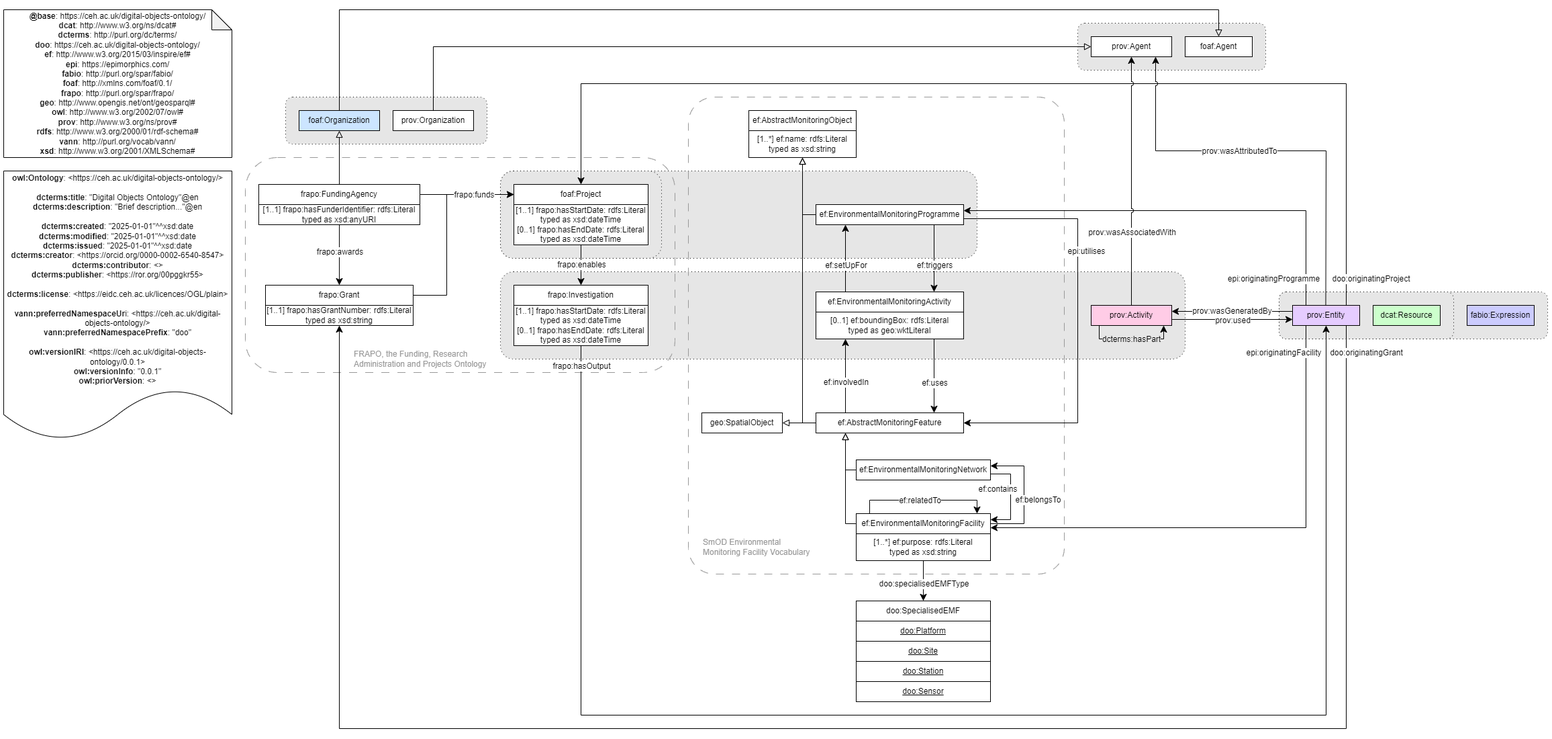
Above: ontology/digital_objects_ontology.png in NERC-CEH/digital-objects-ontology (draw.io), before the change. Source tidied: cells renumbered, new cells last; positions are measured from the earlier drawing's top-left corner, leaving out a move shared by most shapes.
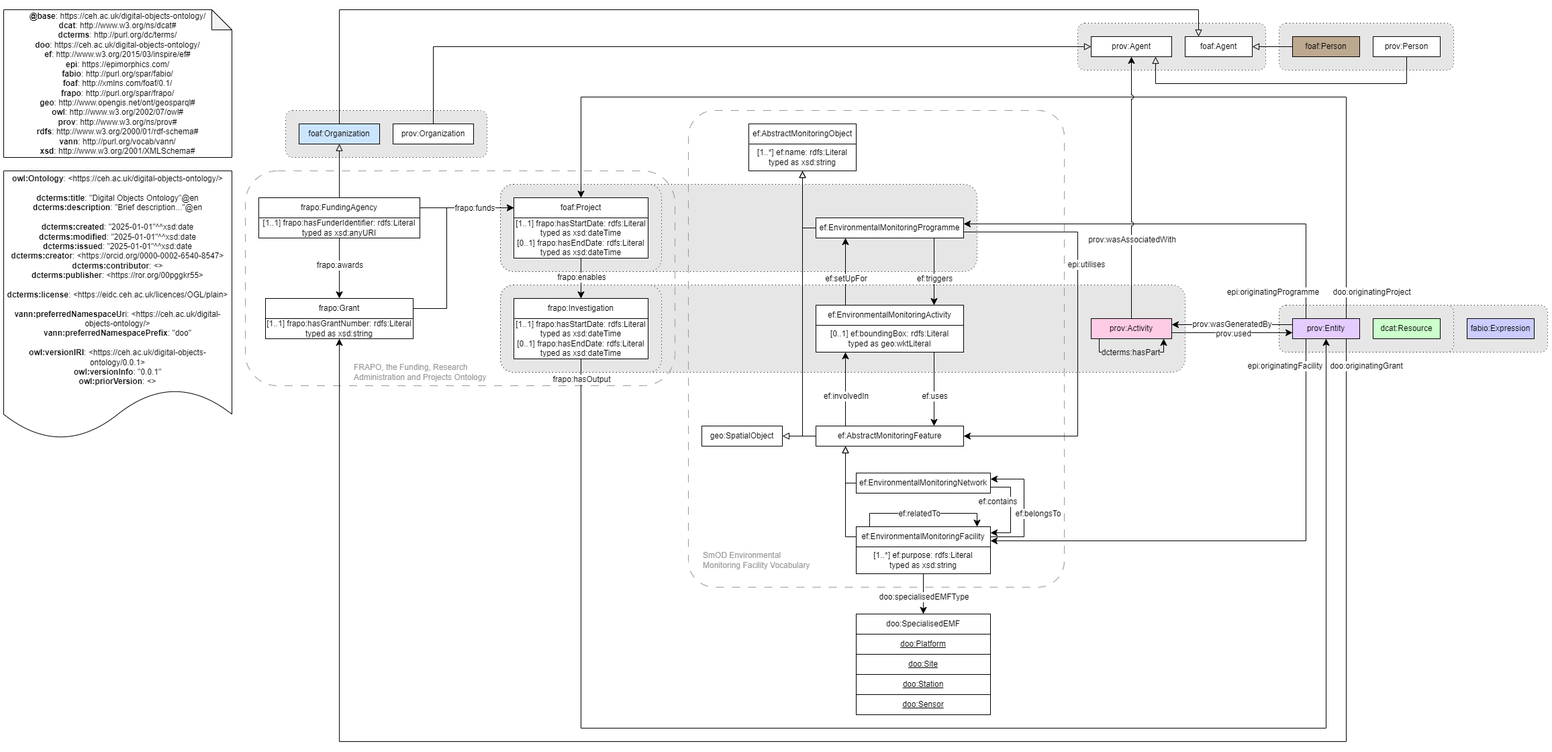
The same file after the commit.

Commit message:
added foaf:Person/prov:Person and removed prov:wasAttributedTo

Diff of the diagram source:
```diff
@@ -17,6 +17,9 @@
     <mxCell id="6" style="rounded=1;whiteSpace=wrap;html=1;fillColor=#E6E6E6;dashed=1;dashPattern=1 4;" parent="1" vertex="1">
       <mxGeometry x="740" y="240" width="710" height="130" as="geometry" />
     </mxCell>
+    <mxCell id="103" style="rounded=1;whiteSpace=wrap;html=1;fillColor=#E6E6E6;dashed=1;dashPattern=1 4;" parent="1" vertex="1">
+      <mxGeometry x="740" y="390" width="240" height="130" as="geometry" />
+    </mxCell>
     <mxCell id="7" style="rounded=1;whiteSpace=wrap;html=1;fillColor=#E6E6E6;dashed=1;dashPattern=1 4;" parent="1" vertex="1">
       <mxGeometry x="740" y="240" width="240" height="130" as="geometry" />
     </mxCell>
@@ -35,7 +38,7 @@
       <mxGeometry x="1900" y="420" width="260" height="70" as="geometry" />
     </mxCell>
     <mxCell id="11" style="rounded=1;whiteSpace=wrap;html=1;fillColor=#E6E6E6;dashed=1;dashPattern=1 4;" parent="1" vertex="1">
-      <mxGeometry x="1600" y="20" width="280" height="70" as="geometry" />
+      <mxGeometry x="1600" width="280" height="70" as="geometry" />
     </mxCell>
     <mxCell id="12" style="rounded=1;whiteSpace=wrap;html=1;fillColor=none;dashed=1;dashPattern=12 12;strokeColor=#999999;arcSize=7;" parent="1" vertex="1">
       <mxGeometry x="1020" y="130" width="560" height="710" as="geometry" />
@@ -208,7 +211,7 @@
       <mxGeometry x="1040" y="600" width="120" height="30" as="geometry" />
     </mxCell>
     <mxCell id="51" value="prov:Agent" style="rounded=0;whiteSpace=wrap;html=1;snapToPoint=1;points=[[0.1,0],[0.2,0],[0.3,0],[0.4,0],[0.5,0],[0.6,0],[0.7,0],[0.8,0],[0.9,0],[0,0.1],[0,0.3],[0,0.5],[0,0.7],[0,0.9],[0.1,1],[0.2,1],[0.3,1],[0.4,1],[0.5,1],[0.6,1],[0.7,1],[0.8,1],[0.9,1],[1,0.1],[1,0.3],[1,0.5],[1,0.7],[1,0.9]];" parent="1" vertex="1">
-      <mxGeometry x="1620" y="40" width="120" height="30" as="geometry" />
+      <mxGeometry x="1620" y="20" width="120" height="30" as="geometry" />
     </mxCell>
     <mxCell id="52" style="endArrow=classic;html=1;exitX=1;exitY=0.7;exitDx=0;exitDy=0;entryX=0;entryY=0.7;entryDx=0;entryDy=0;endSize=8;arcSize=0;rounded=0;" parent="1" edge="1" source="17" target="70">
       <mxGeometry relative="1" as="geometry" />
@@ -228,7 +231,7 @@
       <mxGeometry x="1040" y="780" width="180" height="40" as="geometry" />
     </mxCell>
     <mxCell id="57" value="foaf:Agent" style="rounded=0;whiteSpace=wrap;html=1;snapToPoint=1;points=[[0.1,0],[0.2,0],[0.3,0],[0.4,0],[0.5,0],[0.6,0],[0.7,0],[0.8,0],[0.9,0],[0,0.1],[0,0.3],[0,0.5],[0,0.7],[0,0.9],[0.1,1],[0.2,1],[0.3,1],[0.4,1],[0.5,1],[0.6,1],[0.7,1],[0.8,1],[0.9,1],[1,0.1],[1,0.3],[1,0.5],[1,0.7],[1,0.9]];" parent="1" vertex="1">
-      <mxGeometry x="1760" y="40" width="100" height="30" as="geometry" />
+      <mxGeometry x="1760" y="20" width="100" height="30" as="geometry" />
     </mxCell>
     <mxCell id="58" style="endArrow=classic;html=1;endSize=8;arcSize=0;rounded=0;entryX=1;entryY=0.5;entryDx=0;entryDy=0;exitX=1;exitY=0.7;exitDx=0;exitDy=0;" parent="1" edge="1" source="26" target="21">
       <mxGeometry relative="1" as="geometry">
@@ -296,7 +299,7 @@
       <mxGeometry x="1920" y="440" width="100" height="30" as="geometry" />
     </mxCell>
     <mxCell id="71" value="&lt;div&gt;&lt;b&gt;@base&lt;/b&gt;: https://ceh.ac.uk/digital-objects-ontology/&lt;/div&gt;&lt;div&gt;&lt;b&gt;dcat&lt;/b&gt;:&amp;nbsp;http://www.w3.org/ns/dcat#&lt;br&gt;&lt;/div&gt;&lt;div&gt;&lt;div&gt;&lt;b style=&quot;background-color: transparent; color: light-dark(rgb(0, 0, 0), rgb(255, 255, 255));&quot;&gt;dcterms&lt;/b&gt;&lt;span style=&quot;background-color: transparent; color: light-dark(rgb(0, 0, 0), rgb(255, 255, 255));&quot;&gt;:&amp;nbsp;&lt;/span&gt;&lt;span style=&quot;background-color: transparent;&quot;&gt;http://purl.org/dc/terms/&lt;/span&gt;&lt;/div&gt;&lt;/div&gt;&lt;div&gt;&lt;b style=&quot;background-color: transparent; color: light-dark(rgb(0, 0, 0), rgb(255, 255, 255));&quot;&gt;doo&lt;/b&gt;&lt;span style=&quot;background-color: transparent; color: light-dark(rgb(0, 0, 0), rgb(255, 255, 255));&quot;&gt;:&amp;nbsp;&lt;/span&gt;&lt;span style=&quot;background-color: transparent; color: light-dark(rgb(0, 0, 0), rgb(255, 255, 255));&quot;&gt;https://ceh.ac.uk/digital-objects-ontology/&lt;/span&gt;&lt;/div&gt;&lt;div&gt;&lt;b style=&quot;background-color: transparent; color: light-dark(rgb(0, 0, 0), rgb(255, 255, 255));&quot;&gt;ef&lt;/b&gt;&lt;span style=&quot;background-color: transparent; color: light-dark(rgb(0, 0, 0), rgb(255, 255, 255));&quot;&gt;:&amp;nbsp;http://www.w3.org/2015/03/inspire/ef#&lt;/span&gt;&lt;br&gt;&lt;/div&gt;&lt;div&gt;&lt;b&gt;epi&lt;/b&gt;:&amp;nbsp;&lt;span style=&quot;background-color: transparent; color: light-dark(rgb(0, 0, 0), rgb(255, 255, 255));&quot;&gt;https://&lt;/span&gt;&lt;span style=&quot;background-color: transparent; color: light-dark(rgb(0, 0, 0), rgb(255, 255, 255));&quot;&gt;epimorphics.com/&lt;/span&gt;&lt;/div&gt;&lt;div&gt;&lt;b&gt;fabio&lt;/b&gt;:&amp;nbsp;&lt;span style=&quot;background-color: transparent;&quot;&gt;http://purl.org/spar/fabio/&lt;/span&gt;&lt;/div&gt;&lt;div&gt;&lt;span style=&quot;background-color: transparent;&quot;&gt;&lt;b&gt;foaf&lt;/b&gt;:&amp;nbsp;&lt;/span&gt;&lt;span style=&quot;background-color: transparent;&quot;&gt;http://xmlns.com/foaf/0.1/&lt;/span&gt;&lt;/div&gt;&lt;div&gt;&lt;span style=&quot;background-color: transparent;&quot;&gt;&lt;b&gt;frapo&lt;/b&gt;:&amp;nbsp;&lt;/span&gt;&lt;span style=&quot;background-color: transparent; color: light-dark(rgb(0, 0, 0), rgb(255, 255, 255));&quot;&gt;http://purl.org/spar/frapo/&lt;/span&gt;&lt;/div&gt;&lt;div&gt;&lt;span style=&quot;background-color: transparent;&quot;&gt;&lt;b&gt;geo&lt;/b&gt;:&amp;nbsp;&lt;/span&gt;&lt;span style=&quot;background-color: transparent;&quot;&gt;http://www.opengis.net/ont/geosparql#&lt;/span&gt;&lt;/div&gt;&lt;div&gt;&lt;b style=&quot;background-color: transparent; color: light-dark(rgb(0, 0, 0), rgb(255, 255, 255));&quot;&gt;owl&lt;/b&gt;&lt;span style=&quot;background-color: transparent; color: light-dark(rgb(0, 0, 0), rgb(255, 255, 255));&quot;&gt;:&amp;nbsp;&lt;/span&gt;&lt;span style=&quot;background-color: transparent;&quot;&gt;http://www.w3.org/2002/07/owl#&lt;/span&gt;&lt;/div&gt;&lt;div&gt;&lt;b style=&quot;background-color: transparent; color: light-dark(rgb(0, 0, 0), rgb(255, 255, 255));&quot;&gt;prov&lt;/b&gt;&lt;span style=&quot;background-color: transparent; color: light-dark(rgb(0, 0, 0), rgb(255, 255, 255));&quot;&gt;:&lt;/span&gt;&lt;span style=&quot;background-color: transparent; color: light-dark(rgb(0, 0, 0), rgb(255, 255, 255));&quot;&gt;&amp;nbsp;http://www.w3.org/ns/prov#&lt;/span&gt;&lt;br&gt;&lt;/div&gt;&lt;div&gt;&lt;span style=&quot;background-color: transparent; color: light-dark(rgb(0, 0, 0), rgb(255, 255, 255));&quot;&gt;&lt;b&gt;rdfs&lt;/b&gt;:&amp;nbsp;&lt;/span&gt;&lt;span style=&quot;background-color: transparent;&quot;&gt;http://www.w3.org/2000/01/rdf-schema#&lt;/span&gt;&lt;/div&gt;&lt;div&gt;&lt;span style=&quot;background-color: transparent;&quot;&gt;&lt;b&gt;vann&lt;/b&gt;:&amp;nbsp;&lt;/span&gt;&lt;span style=&quot;background-color: transparent;&quot;&gt;http://purl.org/vocab/vann/&lt;/span&gt;&lt;/div&gt;&lt;div&gt;&lt;span style=&quot;background-color: transparent; color: light-dark(rgb(0, 0, 0), rgb(255, 255, 255));&quot;&gt;&lt;b&gt;xsd&lt;/b&gt;:&amp;nbsp;&lt;/span&gt;&lt;span style=&quot;background-color: transparent;&quot;&gt;http://www.w3.org/2001/XMLSchema#&lt;/span&gt;&lt;/div&gt;" style="shape=note;whiteSpace=wrap;html=1;backgroundOutline=1;darkOpacity=0.05;" parent="1" vertex="1">
-      <mxGeometry width="340" height="220" as="geometry" />
+      <mxGeometry y="-20" width="340" height="220" as="geometry" />
     </mxCell>
     <mxCell id="72" style="endArrow=classic;html=1;exitX=0.8;exitY=1;exitDx=0;exitDy=0;entryX=0.5;entryY=1;entryDx=0;entryDy=0;endSize=8;arcSize=0;rounded=0;" parent="1" edge="1" source="70" target="67">
       <mxGeometry relative="1" as="geometry">
@@ -340,7 +343,7 @@
       </mxGeometry>
     </mxCell>
     <mxCell id="81" value="&lt;div&gt;&lt;b style=&quot;border-color: var(--border-color);&quot;&gt;owl:Ontology&lt;/b&gt;: &amp;lt;&lt;span style=&quot;background-color: rgb(251, 251, 251); color: light-dark(rgb(0, 0, 0), rgb(237, 237, 237));&quot;&gt;https://&lt;/span&gt;&lt;span style=&quot;background-color: light-dark(rgb(255, 255, 255), rgb(18, 18, 18)); color: light-dark(rgb(0, 0, 0), rgb(237, 237, 237));&quot;&gt;ceh.ac.uk/digital-objects-ontology/&amp;gt;&lt;/span&gt;&lt;/div&gt;&lt;div&gt;&lt;b&gt;&lt;br&gt;&lt;/b&gt;&lt;/div&gt;&lt;div&gt;&lt;b&gt;dcterms:title&lt;/b&gt;: &quot;Digital Objects Ontology&quot;@en &lt;br&gt;&lt;b&gt;dc&lt;/b&gt;&lt;b style=&quot;color: light-dark(rgb(0, 0, 0), rgb(237, 237, 237));&quot;&gt;terms&lt;/b&gt;&lt;b style=&quot;background-color: light-dark(rgb(255, 255, 255), rgb(18, 18, 18)); color: light-dark(rgb(0, 0, 0), rgb(237, 237, 237));&quot;&gt;:description&lt;/b&gt;&lt;span style=&quot;background-color: light-dark(rgb(255, 255, 255), rgb(18, 18, 18)); color: light-dark(rgb(0, 0, 0), rgb(237, 237, 237));&quot;&gt;: &quot;Brief description...&quot;@en&lt;/span&gt;&lt;/div&gt;&lt;div&gt;&lt;br&gt;&lt;b&gt;dc&lt;/b&gt;&lt;b style=&quot;color: light-dark(rgb(0, 0, 0), rgb(237, 237, 237));&quot;&gt;terms&lt;/b&gt;&lt;b style=&quot;background-color: light-dark(rgb(255, 255, 255), rgb(18, 18, 18)); color: light-dark(rgb(0, 0, 0), rgb(237, 237, 237));&quot;&gt;:created&lt;/b&gt;&lt;span style=&quot;background-color: light-dark(rgb(255, 255, 255), rgb(18, 18, 18)); color: light-dark(rgb(0, 0, 0), rgb(237, 237, 237));&quot;&gt;: &quot;2025-01-01&quot;^^xsd:date&lt;/span&gt;&lt;/div&gt;&lt;div&gt;&lt;div&gt;&lt;b&gt;dc&lt;/b&gt;&lt;b style=&quot;color: light-dark(rgb(0, 0, 0), rgb(237, 237, 237));&quot;&gt;terms&lt;/b&gt;&lt;b style=&quot;background-color: light-dark(rgb(255, 255, 255), rgb(18, 18, 18)); color: light-dark(rgb(0, 0, 0), rgb(237, 237, 237));&quot;&gt;:modified&lt;/b&gt;&lt;span style=&quot;background-color: light-dark(rgb(255, 255, 255), rgb(18, 18, 18)); color: light-dark(rgb(0, 0, 0), rgb(237, 237, 237));&quot;&gt;: &quot;2025-01-01&quot;^^xsd:date&lt;/span&gt;&lt;/div&gt;&lt;/div&gt;&lt;div&gt;&lt;div&gt;&lt;b&gt;dc&lt;/b&gt;&lt;b style=&quot;color: light-dark(rgb(0, 0, 0), rgb(237, 237, 237));&quot;&gt;terms&lt;/b&gt;&lt;b style=&quot;background-color: light-dark(rgb(255, 255, 255), rgb(18, 18, 18)); color: light-dark(rgb(0, 0, 0), rgb(237, 237, 237));&quot;&gt;:issued&lt;/b&gt;&lt;span style=&quot;background-color: light-dark(rgb(255, 255, 255), rgb(18, 18, 18)); color: light-dark(rgb(0, 0, 0), rgb(237, 237, 237));&quot;&gt;: &quot;2025-01-01&quot;^^xsd:date&lt;/span&gt;&lt;/div&gt;&lt;/div&gt;&lt;div&gt;&lt;b style=&quot;background-color: light-dark(rgb(255, 255, 255), rgb(18, 18, 18)); color: light-dark(rgb(0, 0, 0), rgb(237, 237, 237));&quot;&gt;dc&lt;/b&gt;&lt;b style=&quot;background-color: light-dark(rgb(255, 255, 255), rgb(18, 18, 18)); color: light-dark(rgb(0, 0, 0), rgb(237, 237, 237));&quot;&gt;terms&lt;/b&gt;&lt;b style=&quot;color: light-dark(rgb(0, 0, 0), rgb(237, 237, 237)); background-color: light-dark(rgb(255, 255, 255), rgb(18, 18, 18));&quot;&gt;:creator&lt;/b&gt;&lt;span style=&quot;color: light-dark(rgb(0, 0, 0), rgb(237, 237, 237)); background-color: light-dark(rgb(255, 255, 255), rgb(18, 18, 18));&quot;&gt;: &amp;lt;ht&lt;/span&gt;&lt;span style=&quot;color: light-dark(rgb(0, 0, 0), rgb(237, 237, 237)); background-color: light-dark(rgb(255, 255, 255), rgb(18, 18, 18));&quot;&gt;&lt;font style=&quot;color: rgb(0, 0, 0);&quot;&gt;tps://orcid.org/0000-0002-6540-8547&amp;gt;&lt;/font&gt;&lt;/span&gt;&lt;br&gt;&lt;/div&gt;&lt;div&gt;&lt;b style=&quot;background-color: light-dark(rgb(255, 255, 255), rgb(18, 18, 18)); color: light-dark(rgb(0, 0, 0), rgb(237, 237, 237));&quot;&gt;dc&lt;/b&gt;&lt;b style=&quot;background-color: light-dark(rgb(255, 255, 255), rgb(18, 18, 18)); color: light-dark(rgb(0, 0, 0), rgb(237, 237, 237));&quot;&gt;terms&lt;/b&gt;&lt;b style=&quot;color: light-dark(rgb(0, 0, 0), rgb(237, 237, 237)); background-color: light-dark(rgb(255, 255, 255), rgb(18, 18, 18));&quot;&gt;:contributor&lt;/b&gt;&lt;span style=&quot;color: light-dark(rgb(0, 0, 0), rgb(237, 237, 237)); background-color: light-dark(rgb(255, 255, 255), rgb(18, 18, 18));&quot;&gt;: &amp;lt;&lt;/span&gt;&lt;span style=&quot;color: light-dark(rgb(0, 0, 0), rgb(237, 237, 237)); background-color: light-dark(rgb(255, 255, 255), rgb(18, 18, 18));&quot;&gt;&lt;font style=&quot;color: rgb(0, 0, 0);&quot;&gt;&amp;gt;&lt;/font&gt;&lt;/span&gt;&lt;br&gt;&lt;/div&gt;&lt;div&gt;&lt;font style=&quot;color: rgb(0, 0, 0);&quot;&gt;&lt;b&gt;dc&lt;/b&gt;&lt;b style=&quot;&quot;&gt;terms&lt;/b&gt;&lt;b style=&quot;background-color: light-dark(rgb(255, 255, 255), rgb(18, 18, 18));&quot;&gt;:publisher&lt;/b&gt;&lt;span style=&quot;background-color: light-dark(rgb(255, 255, 255), rgb(18, 18, 18));&quot;&gt;: &amp;lt;https://ror.org/00pggkr55&amp;gt;&lt;/span&gt;&lt;/font&gt;&lt;/div&gt;&lt;div&gt;&lt;br&gt;&lt;b&gt;dc&lt;/b&gt;&lt;b style=&quot;color: light-dark(rgb(0, 0, 0), rgb(237, 237, 237));&quot;&gt;terms&lt;/b&gt;&lt;b style=&quot;background-color: light-dark(rgb(255, 255, 255), rgb(18, 18, 18)); color: light-dark(rgb(0, 0, 0), rgb(237, 237, 237));&quot;&gt;:license&lt;/b&gt;&lt;span style=&quot;background-color: light-dark(rgb(255, 255, 255), rgb(18, 18, 18)); color: light-dark(rgb(0, 0, 0), rgb(237, 237, 237));&quot;&gt;: &amp;lt;https://eidc.ceh.ac.uk/licences/OGL/plain&amp;gt;&lt;/span&gt;&lt;/div&gt;&lt;div&gt;&lt;br&gt;&lt;/div&gt;&lt;div&gt;&lt;b&gt;vann:preferredNamespaceUr&lt;/b&gt;i: &amp;lt;&lt;span style=&quot;background-color: rgb(251, 251, 251); color: light-dark(rgb(0, 0, 0), rgb(237, 237, 237));&quot;&gt;https://&lt;/span&gt;&lt;span style=&quot;color: light-dark(rgb(0, 0, 0), rgb(237, 237, 237)); background-color: rgb(251, 251, 251);&quot;&gt;ceh.ac.uk/digital-objects-ontology/&lt;/span&gt;&lt;span style=&quot;background-color: light-dark(rgb(255, 255, 255), rgb(18, 18, 18)); color: light-dark(rgb(0, 0, 0), rgb(237, 237, 237));&quot;&gt;&amp;gt;&lt;/span&gt;&lt;/div&gt;&lt;div&gt;&lt;b&gt;vann:preferredNamespacePrefix&lt;/b&gt;: &quot;doo&quot; &lt;br&gt;&lt;br&gt;&lt;b&gt;owl:versionIRI&lt;/b&gt;: &amp;lt;&lt;span style=&quot;color: light-dark(rgb(0, 0, 0), rgb(237, 237, 237)); background-color: rgb(251, 251, 251);&quot;&gt;https://&lt;/span&gt;&lt;span style=&quot;color: light-dark(rgb(0, 0, 0), rgb(237, 237, 237)); background-color: light-dark(rgb(255, 255, 255), rgb(18, 18, 18));&quot;&gt;ceh.ac.uk/digital-objects-ontology/&lt;/span&gt;0.0.1&amp;gt;&lt;br&gt;&lt;b&gt;owl:versionInfo&lt;/b&gt;: &quot;0.0.1&quot;&lt;br&gt;&lt;b&gt;owl:priorVersion&lt;/b&gt;: &amp;lt;&amp;gt;&lt;br&gt;&lt;/div&gt;" style="shape=document;whiteSpace=wrap;html=1;boundedLbl=1;labelBackgroundColor=#ffffff;strokeColor=#000000;fontSize=12;fontColor=#000000;size=0.1875;" parent="1" vertex="1">
-      <mxGeometry y="240" width="340" height="400" as="geometry" />
+      <mxGeometry y="220" width="340" height="400" as="geometry" />
     </mxCell>
     <mxCell id="82" value="prov:Organization" style="rounded=0;whiteSpace=wrap;html=1;snapToPoint=1;points=[[0.1,0],[0.2,0],[0.3,0],[0.4,0],[0.5,0],[0.6,0],[0.7,0],[0.8,0],[0.9,0],[0,0.1],[0,0.3],[0,0.5],[0,0.7],[0,0.9],[0.1,1],[0.2,1],[0.3,1],[0.4,1],[0.5,1],[0.6,1],[0.7,1],[0.8,1],[0.9,1],[1,0.1],[1,0.3],[1,0.5],[1,0.7],[1,0.9]];" parent="1" vertex="1">
       <mxGeometry x="580" y="150" width="120" height="30" as="geometry" />
@@ -348,19 +351,10 @@
     <mxCell id="83" style="endArrow=block;html=1;fontColor=#000099;exitX=0.5;exitY=0;exitDx=0;exitDy=0;endFill=0;entryX=0;entryY=0.5;entryDx=0;entryDy=0;endSize=8;arcSize=0;rounded=0;" parent="1" edge="1" source="82" target="51">
       <mxGeometry relative="1" as="geometry">
         <Array as="points">
-          <mxPoint x="640" y="55" />
+          <mxPoint x="640" y="35" />
         </Array>
       </mxGeometry>
     </mxCell>
-    <mxCell id="84" style="endArrow=block;html=1;fontColor=#000099;exitX=0.5;exitY=0;exitDx=0;exitDy=0;endFill=0;entryX=0.5;entryY=0;entryDx=0;entryDy=0;endSize=8;arcSize=0;rounded=0;" parent="1" edge="1" source="54" target="57">
-      <mxGeometry relative="1" as="geometry">
-        <Array as="points">
-          <mxPoint x="500" />
-          <mxPoint x="1810" />
-          <mxPoint x="1810" y="40" />
-        </Array>
-      </mxGeometry>
-    </mxCell>
     <mxCell id="85" style="endArrow=classic;html=1;exitX=0.5;exitY=0;exitDx=0;exitDy=0;endSize=8;arcSize=0;rounded=0;entryX=0.5;entryY=1;entryDx=0;entryDy=0;jumpStyle=arc;" parent="1" edge="1" source="17" target="51">
       <mxGeometry relative="1" as="geometry" />
     </mxCell>
@@ -418,19 +412,33 @@
     <mxCell id="100" value="&lt;div&gt;&lt;u&gt;doo:Sensor&lt;/u&gt;&lt;u&gt;&lt;/u&gt;&lt;/div&gt;" style="rounded=0;whiteSpace=wrap;html=1;" parent="1" vertex="1">
       <mxGeometry x="1270" y="1000" width="200" height="30" as="geometry" />
     </mxCell>
-    <mxCell id="101" style="endArrow=classic;html=1;exitX=0.5;exitY=0;exitDx=0;exitDy=0;endSize=8;arcSize=0;rounded=0;entryX=0.8;entryY=1;entryDx=0;entryDy=0;jumpStyle=arc;" parent="1" edge="1" target="51">
-      <mxGeometry relative="1" as="geometry">
-        <mxPoint x="1969.5" y="440" as="sourcePoint" />
-        <Array as="points">
-          <mxPoint x="1970" y="210" />
-          <mxPoint x="1716" y="210" />
-        </Array>
-      </mxGeometry>
-    </mxCell>
-    <mxCell id="102" value="&lt;div&gt;&lt;font style=&quot;font-size: 12px;&quot;&gt;prov:wasAttributedTo&lt;/font&gt;&lt;/div&gt;" style="edgeLabel;html=1;align=center;verticalAlign=middle;" parent="101" vertex="1">
-      <mxGeometry x="-0.19" y="-1" relative="1" as="geometry">
-        <mxPoint x="-107" y="1" as="offset" />
-      </mxGeometry>
-    </mxCell>
+    <mxCell id="104" style="rounded=1;whiteSpace=wrap;html=1;fillColor=#E6E6E6;dashed=1;dashPattern=1 4;" parent="1" vertex="1">
+      <mxGeometry x="1900" width="260" height="70" as="geometry" />
+    </mxCell>
+    <mxCell id="105" value="prov:Person" style="rounded=0;whiteSpace=wrap;html=1;snapToPoint=1;points=[[0.1,0],[0.2,0],[0.3,0],[0.4,0],[0.5,0],[0.6,0],[0.7,0],[0.8,0],[0.9,0],[0,0.1],[0,0.3],[0,0.5],[0,0.7],[0,0.9],[0.1,1],[0.2,1],[0.3,1],[0.4,1],[0.5,1],[0.6,1],[0.7,1],[0.8,1],[0.9,1],[1,0.1],[1,0.3],[1,0.5],[1,0.7],[1,0.9]];" parent="1" vertex="1">
+      <mxGeometry x="2040" y="20" width="100" height="30" as="geometry" />
+    </mxCell>
+    <mxCell id="106" value="foaf:Person" style="rounded=0;whiteSpace=wrap;html=1;snapToPoint=1;points=[[0.1,0],[0.2,0],[0.3,0],[0.4,0],[0.5,0],[0.6,0],[0.7,0],[0.8,0],[0.9,0],[0,0.1],[0,0.3],[0,0.5],[0,0.7],[0,0.9],[0.1,1],[0.2,1],[0.3,1],[0.4,1],[0.5,1],[0.6,1],[0.7,1],[0.8,1],[0.9,1],[1,0.1],[1,0.3],[1,0.5],[1,0.7],[1,0.9]];fillColor=#BDA890;" parent="1" vertex="1">
+      <mxGeometry x="1920" y="20" width="100" height="30" as="geometry" />
+    </mxCell>
+    <mxCell id="107" style="endArrow=block;html=1;fontColor=#000099;exitX=0;exitY=0.5;exitDx=0;exitDy=0;endFill=0;entryX=1;entryY=0.5;entryDx=0;entryDy=0;endSize=8;arcSize=0;rounded=0;" parent="1" edge="1" source="106" target="57">
+      <mxGeometry relative="1" as="geometry" />
+    </mxCell>
+    <mxCell id="108" style="endArrow=block;html=1;fontColor=#000099;exitX=0.5;exitY=1;exitDx=0;exitDy=0;endFill=0;entryX=0.8;entryY=1;entryDx=0;entryDy=0;endSize=8;arcSize=0;rounded=0;" parent="1" edge="1" source="105" target="51">
+      <mxGeometry relative="1" as="geometry">
+        <Array as="points">
+          <mxPoint x="2090" y="90" />
+          <mxPoint x="1716" y="90" />
+        </Array>
+      </mxGeometry>
+    </mxCell>
+    <mxCell id="84" style="endArrow=block;html=1;fontColor=#000099;exitX=0.5;exitY=0;exitDx=0;exitDy=0;endFill=0;entryX=0.2;entryY=0;entryDx=0;entryDy=0;endSize=8;arcSize=0;rounded=0;" parent="1" edge="1" source="54" target="57">
+      <mxGeometry relative="1" as="geometry">
+        <Array as="points">
+          <mxPoint x="500" y="-20" />
+          <mxPoint x="1780" y="-20" />
+        </Array>
+      </mxGeometry>
+    </mxCell>
   </root>
 </mxGraphModel>
```
